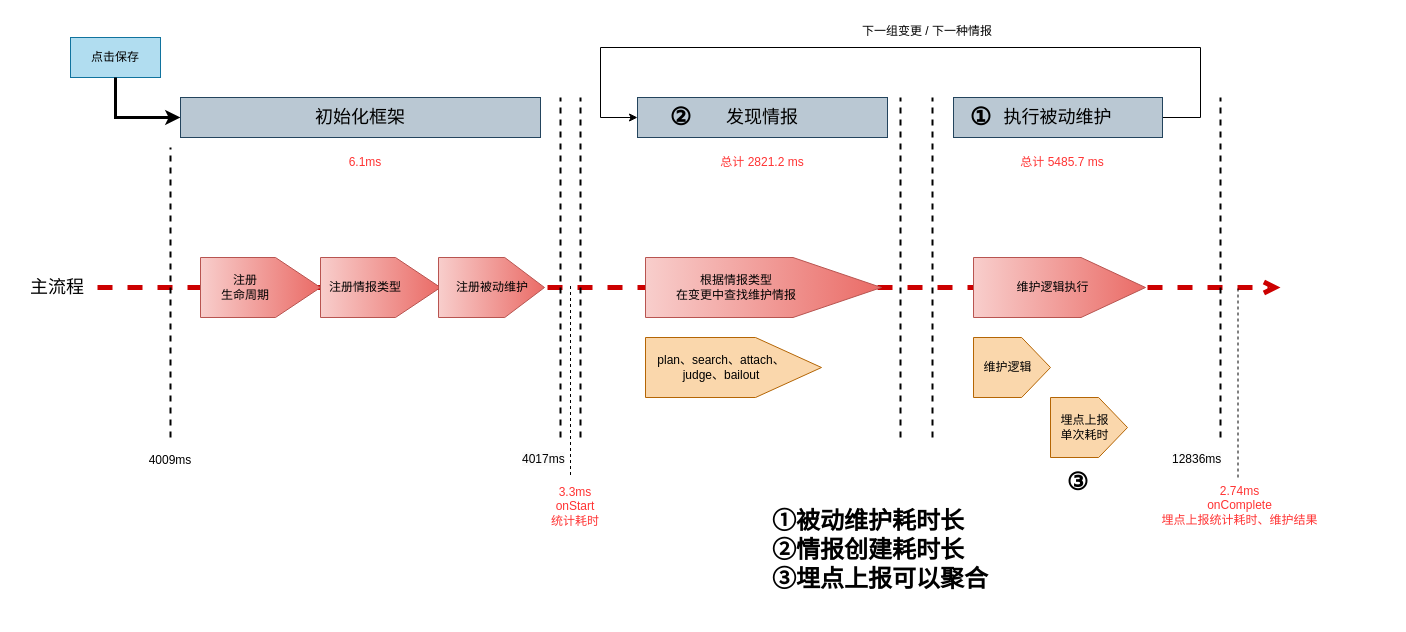
Above: 被动维护性能分析.drawio in Rmttf/draw.io-diagrams (draw.io), before the change. Source tidied: cells renumbered, new cells numbered last; positions are measured from the earlier drawing's top-left corner, leaving out a move shared by most shapes. Both pictures are drawn from the tidied source at 100%, with x=0, y=0 at pixel (17, 17).
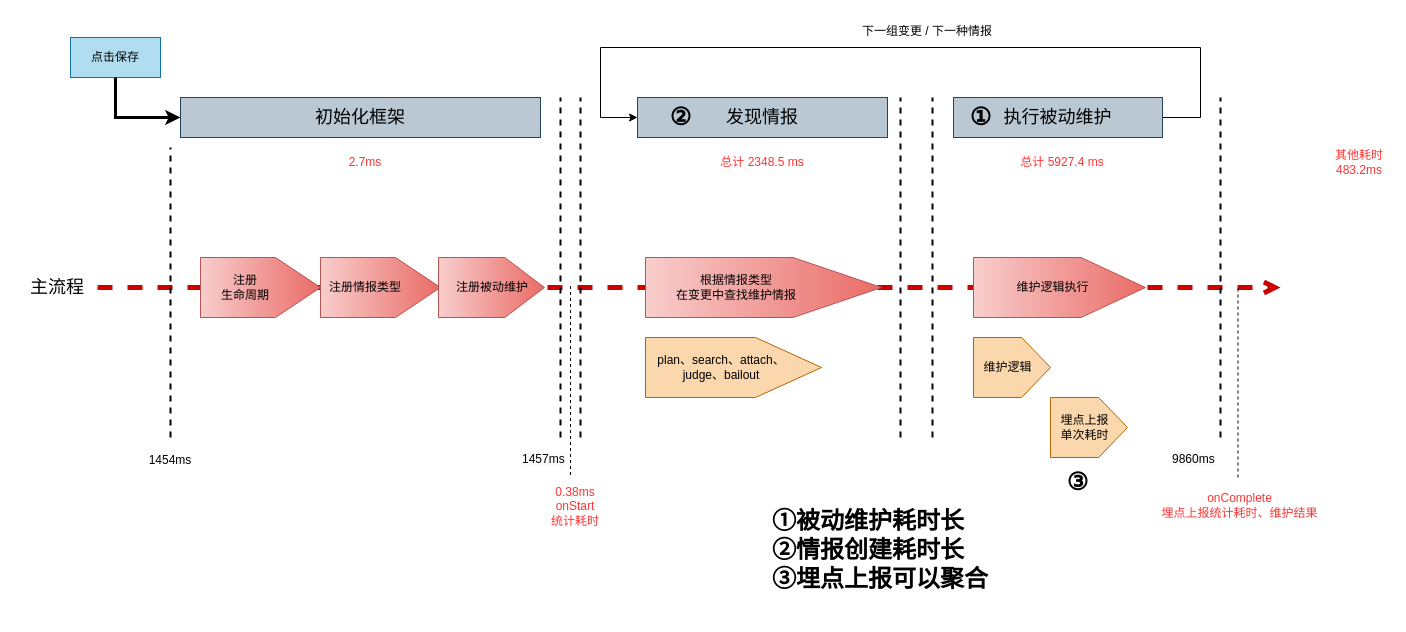
Above is the later version.

Commit message:
更新被动维护性能分析.drawio

Change to the diagram source:
```diff
@@
-    <mxCell id="22" value="4009ms" style="text;html=1;strokeColor=none;fillColor=none;align=center;verticalAlign=middle;whiteSpace=wrap;rounded=0;" parent="1" vertex="1">
+    <mxCell id="22" value="1454ms" style="text;html=1;strokeColor=none;fillColor=none;align=center;verticalAlign=middle;whiteSpace=wrap;rounded=0;" parent="1" vertex="1">
       <mxGeometry x="123" y="427.5" width="60" height="30" as="geometry" />
     </mxCell>
@@
-    <mxCell id="26" value="&lt;span style=&quot;color: rgb(0, 0, 0); font-family: Helvetica; font-size: 12px; font-style: normal; font-variant-ligatures: normal; font-variant-caps: normal; font-weight: 400; letter-spacing: normal; orphans: 2; text-align: center; text-indent: 0px; text-transform: none; widows: 2; word-spacing: 0px; -webkit-text-stroke-width: 0px; background-color: rgb(251, 251, 251); text-decoration-thickness: initial; text-decoration-style: initial; text-decoration-color: initial; float: none; display: inline !important;&quot;&gt;4017ms&lt;/span&gt;" style="text;whiteSpace=wrap;html=1;" parent="1" vertex="1">
+    <mxCell id="26" value="&lt;span style=&quot;color: rgb(0, 0, 0); font-family: Helvetica; font-size: 12px; font-style: normal; font-variant-ligatures: normal; font-variant-caps: normal; font-weight: 400; letter-spacing: normal; orphans: 2; text-align: center; text-indent: 0px; text-transform: none; widows: 2; word-spacing: 0px; -webkit-text-stroke-width: 0px; background-color: rgb(251, 251, 251); text-decoration-thickness: initial; text-decoration-style: initial; text-decoration-color: initial; float: none; display: inline !important;&quot;&gt;1457ms&lt;/span&gt;" style="text;whiteSpace=wrap;html=1;" parent="1" vertex="1">
       <mxGeometry x="503" y="427.5" width="80" height="40" as="geometry" />
     </mxCell>
-    <mxCell id="27" value="&lt;span style=&quot;color: rgb(0, 0, 0); font-family: Helvetica; font-size: 12px; font-style: normal; font-variant-ligatures: normal; font-variant-caps: normal; font-weight: 400; letter-spacing: normal; orphans: 2; text-align: center; text-indent: 0px; text-transform: none; widows: 2; word-spacing: 0px; -webkit-text-stroke-width: 0px; background-color: rgb(251, 251, 251); text-decoration-thickness: initial; text-decoration-style: initial; text-decoration-color: initial; float: none; display: inline !important;&quot;&gt;12836ms&lt;/span&gt;" style="text;whiteSpace=wrap;html=1;" parent="1" vertex="1">
+    <mxCell id="27" value="&lt;span style=&quot;color: rgb(0, 0, 0); font-family: Helvetica; font-size: 12px; font-style: normal; font-variant-ligatures: normal; font-variant-caps: normal; font-weight: 400; letter-spacing: normal; orphans: 2; text-align: center; text-indent: 0px; text-transform: none; widows: 2; word-spacing: 0px; -webkit-text-stroke-width: 0px; background-color: rgb(251, 251, 251); text-decoration-thickness: initial; text-decoration-style: initial; text-decoration-color: initial; float: none; display: inline !important;&quot;&gt;9860ms&lt;/span&gt;" style="text;whiteSpace=wrap;html=1;" parent="1" vertex="1">
       <mxGeometry x="1153" y="427.5" width="80" height="40" as="geometry" />
     </mxCell>
@@
-    <mxCell id="29" value="6.1ms" style="text;html=1;align=center;verticalAlign=middle;whiteSpace=wrap;rounded=0;fontColor=#FF3333;" parent="1" vertex="1">
+    <mxCell id="29" value="2.7ms" style="text;html=1;align=center;verticalAlign=middle;whiteSpace=wrap;rounded=0;fontColor=#FF3333;" parent="1" vertex="1">
       <mxGeometry x="318" y="130" width="60" height="30" as="geometry" />
     </mxCell>
@@
-    <mxCell id="42" value="3.3ms&lt;br&gt;onStart&lt;br&gt;统计耗时" style="text;html=1;align=center;verticalAlign=middle;whiteSpace=wrap;rounded=0;fontColor=#FF3333;" parent="1" vertex="1">
+    <mxCell id="42" value="0.38ms&lt;br&gt;onStart&lt;br&gt;统计耗时" style="text;html=1;align=center;verticalAlign=middle;whiteSpace=wrap;rounded=0;fontColor=#FF3333;" parent="1" vertex="1">
       <mxGeometry x="513" y="474" width="90" height="30" as="geometry" />
     </mxCell>
-    <mxCell id="43" value="2.74ms&lt;br&gt;onComplete&lt;br&gt;埋点上报统计耗时、维护结果" style="text;html=1;align=center;verticalAlign=middle;whiteSpace=wrap;rounded=0;fontColor=#FF3333;" parent="1" vertex="1">
+    <mxCell id="43" value="onComplete&lt;br&gt;埋点上报统计耗时、维护结果" style="text;html=1;align=center;verticalAlign=middle;whiteSpace=wrap;rounded=0;fontColor=#FF3333;" parent="1" vertex="1">
       <mxGeometry x="1133" y="467.5" width="178.5" height="40" as="geometry" />
     </mxCell>
@@
-    <mxCell id="45" value="总计 2821.2 ms" style="text;html=1;align=center;verticalAlign=middle;whiteSpace=wrap;rounded=0;fontColor=#FF3333;" parent="1" vertex="1">
+    <mxCell id="45" value="总计 2348.5 ms" style="text;html=1;align=center;verticalAlign=middle;whiteSpace=wrap;rounded=0;fontColor=#FF3333;" parent="1" vertex="1">
       <mxGeometry x="680" y="130" width="130" height="30" as="geometry" />
     </mxCell>
-    <mxCell id="46" value="总计&amp;nbsp;5485.7 ms" style="text;html=1;align=center;verticalAlign=middle;whiteSpace=wrap;rounded=0;fontColor=#FF3333;" parent="1" vertex="1">
+    <mxCell id="46" value="总计&amp;nbsp;5927.4 ms" style="text;html=1;align=center;verticalAlign=middle;whiteSpace=wrap;rounded=0;fontColor=#FF3333;" parent="1" vertex="1">
       <mxGeometry x="980" y="130" width="130" height="30" as="geometry" />
     </mxCell>
@@
+    <mxCell id="48" value="其他耗时483.2ms" style="text;html=1;align=center;verticalAlign=middle;whiteSpace=wrap;rounded=0;fontColor=#FF3333;" parent="1" vertex="1">
+      <mxGeometry x="1311.5" y="130" width="60" height="30" as="geometry" />
+    </mxCell>
```
